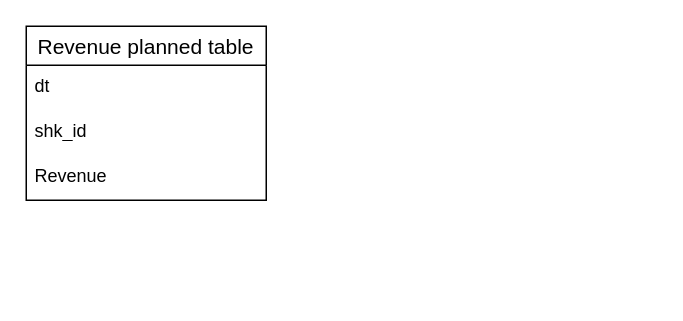
Above: Revenue_decomposition.drawio in AntonKoltsov85/Schemes (draw.io), before the change. Source tidied: cells renumbered, new cells numbered last; positions are measured from the earlier drawing's top-left corner, leaving out a move shared by most shapes. Both pictures are drawn from the tidied source at 150%, with x=0, y=0 at pixel (26, 26).
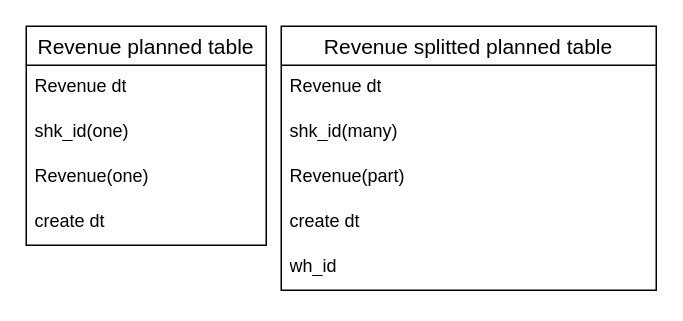
Above is the later version.

The edit, as a diff of the source:
```diff
@@
 <mxGraphModel>
   <root>
     <mxCell id="0" />
     <mxCell id="1" parent="0" />
     <mxCell id="2" value="Revenue planned table" style="swimlane;fontStyle=0;horizontal=1;startSize=26;align=center;fontSize=14;" parent="1" vertex="1">
-      <mxGeometry width="160" height="116" as="geometry" />
+      <mxGeometry width="160" height="146" as="geometry" />
     </mxCell>
-    <mxCell id="3" value="dt" style="text;strokeColor=none;fillColor=none;spacingLeft=4;spacingRight=4;overflow=hidden;fontSize=12;whiteSpace=wrap;html=1;" parent="2" vertex="1">
+    <mxCell id="3" value="Revenue dt" style="text;strokeColor=none;fillColor=none;spacingLeft=4;spacingRight=4;overflow=hidden;fontSize=12;whiteSpace=wrap;html=1;" parent="2" vertex="1">
       <mxGeometry y="26" width="160" height="30" as="geometry" />
     </mxCell>
-    <mxCell id="4" value="shk_id" style="text;strokeColor=none;fillColor=none;spacingLeft=4;spacingRight=4;overflow=hidden;fontSize=12;whiteSpace=wrap;html=1;" parent="2" vertex="1">
+    <mxCell id="4" value="shk_id(one)" style="text;strokeColor=none;fillColor=none;spacingLeft=4;spacingRight=4;overflow=hidden;fontSize=12;whiteSpace=wrap;html=1;" parent="2" vertex="1">
       <mxGeometry y="56" width="160" height="30" as="geometry" />
     </mxCell>
-    <mxCell id="5" value="Revenue" style="text;strokeColor=none;fillColor=none;spacingLeft=4;spacingRight=4;overflow=hidden;fontSize=12;whiteSpace=wrap;html=1;" parent="2" vertex="1">
+    <mxCell id="5" value="Revenue(one)" style="text;strokeColor=none;fillColor=none;spacingLeft=4;spacingRight=4;overflow=hidden;fontSize=12;whiteSpace=wrap;html=1;" parent="2" vertex="1">
       <mxGeometry y="86" width="160" height="30" as="geometry" />
     </mxCell>
+    <mxCell id="6" value="create dt" style="text;strokeColor=none;fillColor=none;spacingLeft=4;spacingRight=4;overflow=hidden;fontSize=12;whiteSpace=wrap;html=1;" parent="2" vertex="1">
+      <mxGeometry y="116" width="160" height="30" as="geometry" />
+    </mxCell>
+    <mxCell id="7" value="Revenue splitted planned table" style="swimlane;fontStyle=0;horizontal=1;startSize=26;align=center;fontSize=14;" parent="1" vertex="1">
+      <mxGeometry x="170" width="250" height="176" as="geometry" />
+    </mxCell>
+    <mxCell id="8" value="Revenue dt" style="text;strokeColor=none;fillColor=none;spacingLeft=4;spacingRight=4;overflow=hidden;fontSize=12;whiteSpace=wrap;html=1;" parent="7" vertex="1">
+      <mxGeometry y="26" width="250" height="30" as="geometry" />
+    </mxCell>
+    <mxCell id="9" value="shk_id(many)" style="text;strokeColor=none;fillColor=none;spacingLeft=4;spacingRight=4;overflow=hidden;fontSize=12;whiteSpace=wrap;html=1;" parent="7" vertex="1">
+      <mxGeometry y="56" width="250" height="30" as="geometry" />
+    </mxCell>
+    <mxCell id="10" value="Revenue(part)" style="text;strokeColor=none;fillColor=none;spacingLeft=4;spacingRight=4;overflow=hidden;fontSize=12;whiteSpace=wrap;html=1;" parent="7" vertex="1">
+      <mxGeometry y="86" width="250" height="30" as="geometry" />
+    </mxCell>
+    <mxCell id="11" value="create dt" style="text;strokeColor=none;fillColor=none;spacingLeft=4;spacingRight=4;overflow=hidden;fontSize=12;whiteSpace=wrap;html=1;" parent="7" vertex="1">
+      <mxGeometry y="116" width="250" height="30" as="geometry" />
+    </mxCell>
+    <mxCell id="12" value="wh_id" style="text;strokeColor=none;fillColor=none;spacingLeft=4;spacingRight=4;overflow=hidden;fontSize=12;whiteSpace=wrap;html=1;" parent="7" vertex="1">
+      <mxGeometry y="146" width="250" height="30" as="geometry" />
+    </mxCell>
   </root>
 </mxGraphModel>
```
